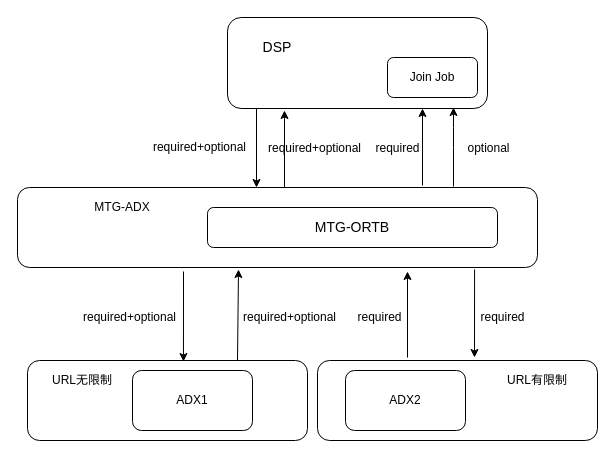
Above: Untitled Diagram.drawio in baifendian/bfd-ui (draw.io), before the change. Source tidied: cells renumbered, new cells numbered last; positions are measured from the earlier drawing's top-left corner, leaving out a move shared by most shapes. Both pictures are drawn from the tidied source at 100%, with x=0, y=0 at pixel (17, 17).
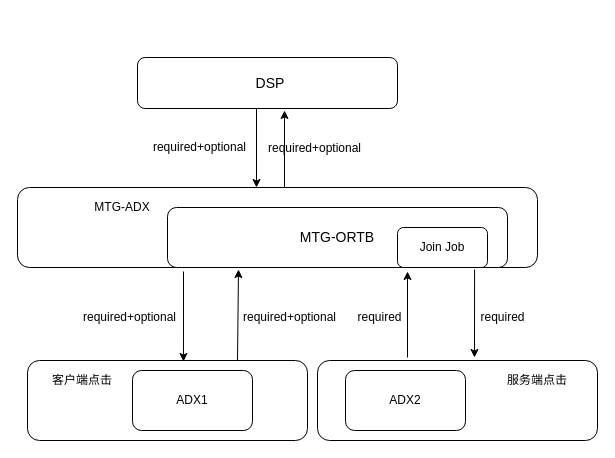
The same page after the edit.

Change to the diagram source:
```diff
@@
     <mxCell id="4" style="rounded=1;whiteSpace=wrap;html=1;" parent="1" vertex="1">
-      <mxGeometry x="210" width="260" height="91" as="geometry" />
+      <mxGeometry x="120" y="40" width="260" height="51" as="geometry" />
     </mxCell>
@@
     <mxCell id="8" value="&lt;font style=&quot;font-size: 14px&quot;&gt;MTG-ORTB&lt;/font&gt;" style="rounded=1;whiteSpace=wrap;html=1;" parent="1" vertex="1">
-      <mxGeometry x="190" y="190" width="290" height="40" as="geometry" />
+      <mxGeometry x="150" y="190" width="340" height="60" as="geometry" />
     </mxCell>
@@
-    <mxCell id="13" style="endArrow=classic;html=1;entryX=0.75;entryY=1;entryDx=0;entryDy=0;" parent="1" edge="1" target="4">
-      <mxGeometry relative="1" as="geometry">
-        <mxPoint x="405" y="168" as="sourcePoint" />
-      </mxGeometry>
-    </mxCell>
@@
-    <mxCell id="17" value="required&lt;br&gt;" style="text;html=1;strokeColor=none;fillColor=none;align=center;verticalAlign=middle;whiteSpace=wrap;rounded=0;shadow=0;" parent="1" vertex="1">
-      <mxGeometry x="353" y="120.5" width="55" height="20" as="geometry" />
-    </mxCell>
-    <mxCell id="18" style="endArrow=classic;html=1;" parent="1" edge="1">
-      <mxGeometry relative="1" as="geometry">
-        <mxPoint x="436" y="169" as="sourcePoint" />
-        <mxPoint x="436" y="90" as="targetPoint" />
-        <Array as="points">
-          <mxPoint x="436" y="120" />
-        </Array>
-      </mxGeometry>
-    </mxCell>
-    <mxCell id="19" value="optional" style="text;html=1;strokeColor=none;fillColor=none;align=center;verticalAlign=middle;whiteSpace=wrap;rounded=0;shadow=0;" parent="1" vertex="1">
-      <mxGeometry x="443" y="121" width="57" height="20" as="geometry" />
-    </mxCell>
@@
-    <mxCell id="22" value="URL无限制" style="text;html=1;strokeColor=none;fillColor=none;align=center;verticalAlign=middle;whiteSpace=wrap;rounded=0;shadow=0;" parent="1" vertex="1">
+    <mxCell id="22" value="客户端点击" style="text;html=1;strokeColor=none;fillColor=none;align=center;verticalAlign=middle;whiteSpace=wrap;rounded=0;shadow=0;" parent="1" vertex="1">
       <mxGeometry x="30" y="353" width="70" height="20" as="geometry" />
     </mxCell>
-    <mxCell id="23" value="URL有限制" style="text;html=1;strokeColor=none;fillColor=none;align=center;verticalAlign=middle;whiteSpace=wrap;rounded=0;shadow=0;" parent="1" vertex="1">
+    <mxCell id="23" value="服务端点击" style="text;html=1;strokeColor=none;fillColor=none;align=center;verticalAlign=middle;whiteSpace=wrap;rounded=0;shadow=0;" parent="1" vertex="1">
       <mxGeometry x="485" y="353" width="70" height="20" as="geometry" />
     </mxCell>
     <mxCell id="24" value="&lt;font style=&quot;font-size: 14px&quot;&gt;DSP&lt;/font&gt;" style="text;html=1;strokeColor=none;fillColor=none;align=center;verticalAlign=middle;whiteSpace=wrap;rounded=0;shadow=0;" parent="1" vertex="1">
-      <mxGeometry x="240" y="20" width="40" height="20" as="geometry" />
+      <mxGeometry x="232.5" y="55.5" width="40" height="20" as="geometry" />
     </mxCell>
-    <mxCell id="25" value="Join Job" style="rounded=1;whiteSpace=wrap;html=1;shadow=0;" parent="1" vertex="1">
-      <mxGeometry x="370" y="40" width="90" height="40" as="geometry" />
-    </mxCell>
@@
+    <mxCell id="25" value="Join Job" style="rounded=1;whiteSpace=wrap;html=1;shadow=0;" parent="1" vertex="1">
+      <mxGeometry x="380" y="210" width="90" height="40" as="geometry" />
+    </mxCell>
```
